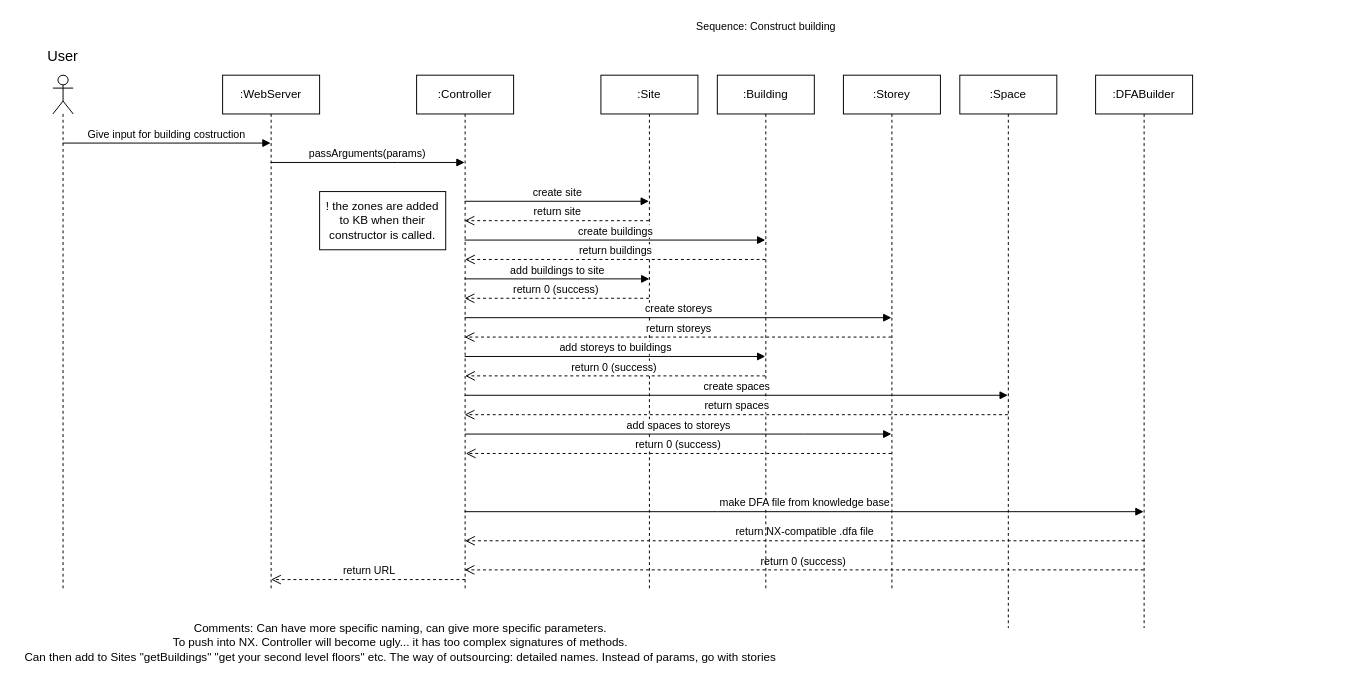
Hallvaeb/automation-p2-construction-knowledge-base keeps this draw.io diagram as page "SeqConstruct" (5 of 9) of Diagrams/Diagrams.drawio. Above is the earlier version. Source tidied: cells renumbered, new cells numbered last; positions are measured from the earlier drawing's top-left corner, leaving out a move shared by most shapes. Both pictures are drawn from the tidied source at 97%, with x=0, y=0 at pixel (16, 16).
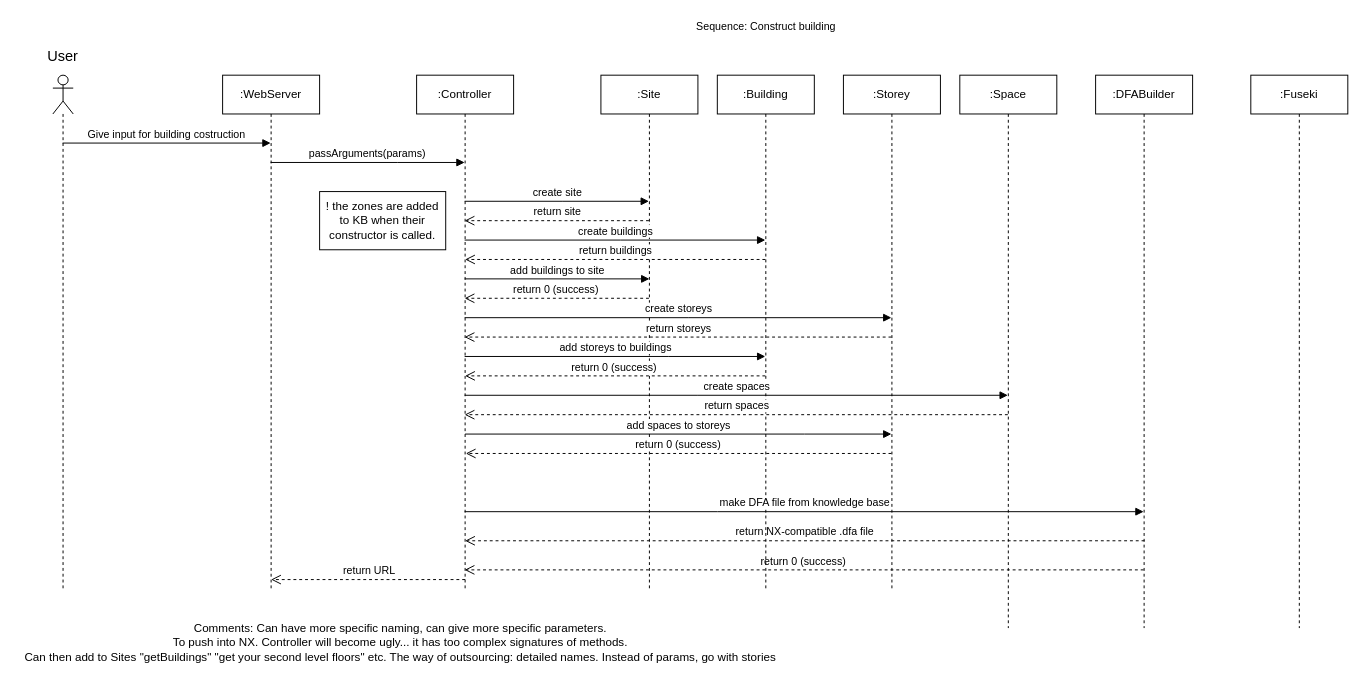
The same page after the edit.

The edit, as a diff of the source:
```diff
@@
+    <mxCell id="34" value=":Fuseki" style="shape=umlLifeline;perimeter=lifelinePerimeter;whiteSpace=wrap;html=1;" parent="1" vertex="1">
+      <mxGeometry x="1272" y="60" width="100" height="570" as="geometry" />
+    </mxCell>
```
